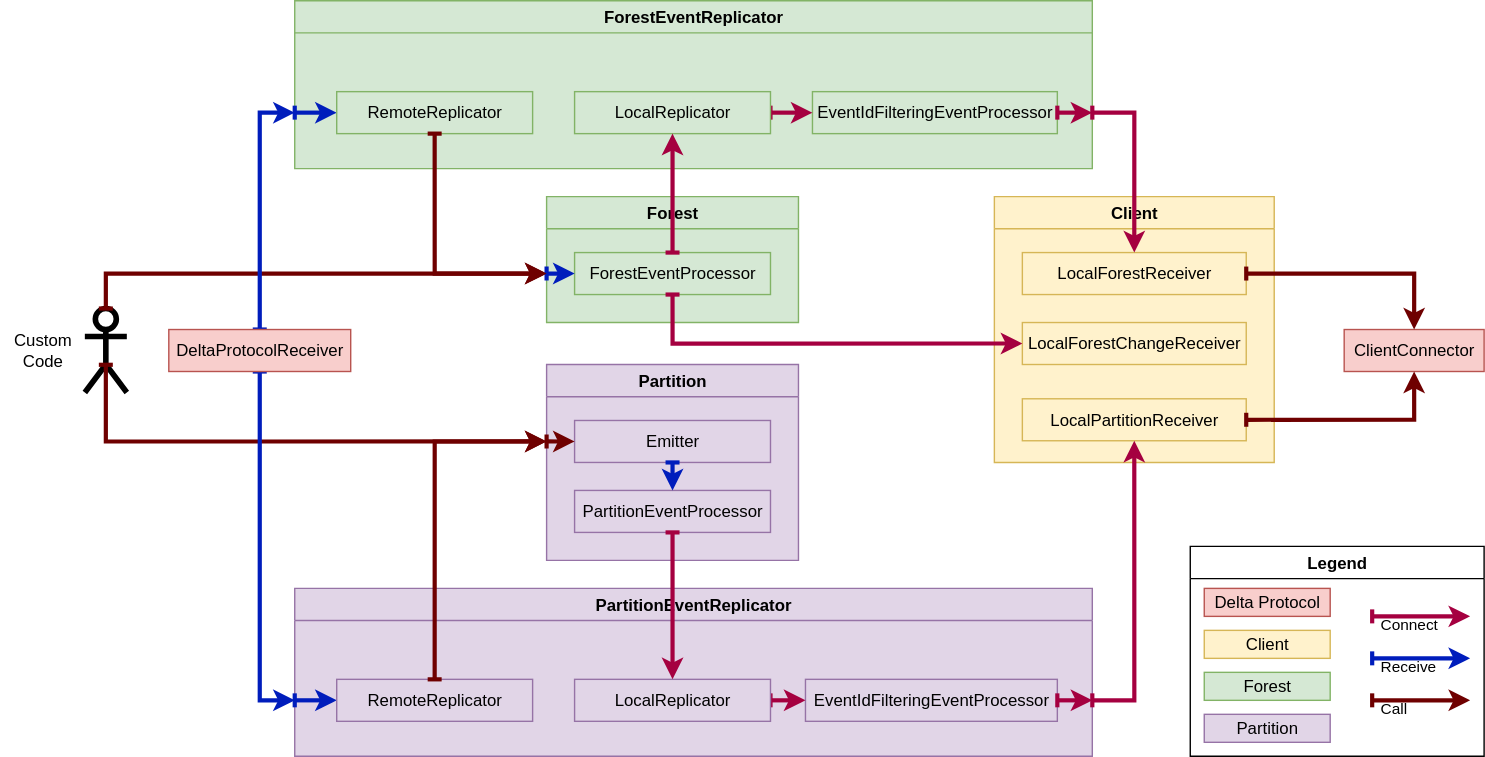
Earlier version of the draw.io export docs/processors-noSteps.drawio.svg (LionWeb-io/lionweb-csharp). Source tidied: cells renumbered, new cells last; positions are measured from the earlier drawing's top-left corner, leaving out a move shared by most shapes.
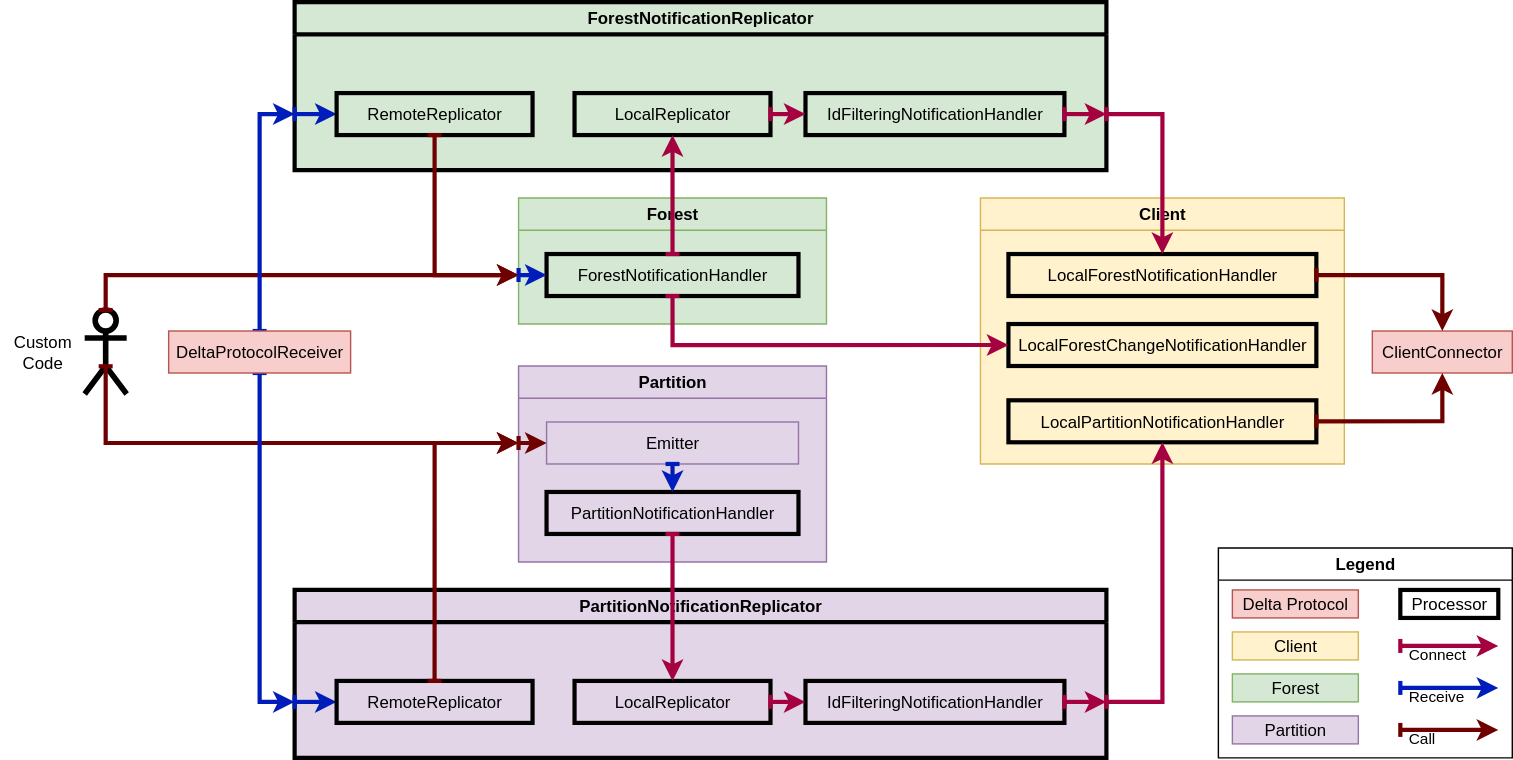
The same file after the commit.

What changed in the source:
```diff
@@ -28,11 +28,11 @@
     <mxCell id="7" value="&lt;div&gt;DeltaProtocolReceiver&lt;/div&gt;" style="rounded=0;whiteSpace=wrap;html=1;fillColor=#f8cecc;strokeColor=#b85450;" parent="1" vertex="1">
       <mxGeometry x="120" y="235" width="130" height="30" as="geometry" />
     </mxCell>
-    <mxCell id="8" value="ForestEventReplicator" style="swimlane;whiteSpace=wrap;html=1;points=[[0,0,0,0,0],[0,0.25,0,0,0],[0,0.5,0,0,0],[0,1,0,0,-40],[0,1,0,0,0],[0.25,0,0,0,0],[0.25,1,0,0,0],[0.5,0,0,0,0],[0.5,1,0,0,0],[0.75,0,0,0,0],[0.75,1,0,0,0],[1,0,0,0,0],[1,0.25,0,0,0],[1,0.5,0,0,0],[1,1,0,0,-40],[1,1,0,0,0]];fillColor=#d5e8d4;strokeColor=#82b366;swimlaneFillColor=#D5E8D4;" parent="1" vertex="1">
-      <mxGeometry x="210" width="570" height="120" as="geometry" />
+    <mxCell id="8" value="ForestNotificationReplicator" style="swimlane;whiteSpace=wrap;html=1;points=[[0,0,0,0,0],[0,0.25,0,0,0],[0,0.5,0,0,0],[0,1,0,0,-40],[0,1,0,0,0],[0.25,0,0,0,0],[0.25,1,0,0,0],[0.5,0,0,0,0],[0.5,1,0,0,0],[0.75,0,0,0,0],[0.75,1,0,0,0],[1,0,0,0,0],[1,0.25,0,0,0],[1,0.5,0,0,0],[1,1,0,0,-40],[1,1,0,0,0]];fillColor=#d5e8d4;strokeColor=#000000;swimlaneFillColor=#D5E8D4;strokeWidth=3;" parent="1" vertex="1">
+      <mxGeometry x="210" width="580" height="120" as="geometry" />
     </mxCell>
-    <mxCell id="9" value="EventIdFilteringEventProcessor" style="rounded=0;whiteSpace=wrap;html=1;fillColor=#d5e8d4;strokeColor=#82b366;" parent="8" vertex="1">
-      <mxGeometry x="370" y="65" width="175" height="30" as="geometry" />
+    <mxCell id="9" value="IdFilteringNotificationHandler" style="rounded=0;whiteSpace=wrap;html=1;fillColor=#d5e8d4;strokeColor=#000000;strokeWidth=3;" parent="8" vertex="1">
+      <mxGeometry x="365" y="65" width="185" height="30" as="geometry" />
     </mxCell>
     <mxCell id="10" style="edgeStyle=orthogonalEdgeStyle;rounded=0;jettySize=auto;html=1;exitX=0;exitY=1;exitDx=0;exitDy=-40;entryX=0;entryY=0.5;entryDx=0;entryDy=0;fillColor=#0050ef;strokeColor=#001DBC;entryPerimeter=0;exitPerimeter=0;strokeWidth=3;startArrow=baseDash;startFill=0;" parent="8" edge="1" source="8" target="14">
       <mxGeometry relative="1" as="geometry" />
@@ -40,20 +40,20 @@
     <mxCell id="11" style="rounded=0;jettySize=auto;html=1;fillColor=#d80073;strokeColor=#A50040;exitX=1;exitY=0.5;exitDx=0;exitDy=0;strokeWidth=3;startArrow=baseDash;startFill=0;entryX=1;entryY=1;entryDx=0;entryDy=-40;entryPerimeter=0;" parent="8" edge="1" source="9" target="8">
       <mxGeometry relative="1" as="geometry" />
     </mxCell>
-    <mxCell id="12" style="rounded=0;jettySize=auto;html=1;fillColor=#d80073;strokeColor=#A50040;entryX=0;entryY=0.5;entryDx=0;entryDy=0;strokeWidth=3;startArrow=baseDash;startFill=0;exitX=1;exitY=0.5;exitDx=0;exitDy=0;exitPerimeter=0;" parent="8" edge="1" source="13" target="9">
-      <mxGeometry relative="1" as="geometry" />
-    </mxCell>
-    <mxCell id="13" value="LocalReplicator" style="rounded=0;whiteSpace=wrap;html=1;points=[[0,0,0,0,0],[0,0.25,0,0,0],[0,0.5,0,0,0],[0,0.75,0,0,0],[0,1,0,0,0],[0.25,0,0,0,0],[0.25,1,0,0,0],[0.5,0,0,0,0],[0.5,1,0,0,0],[0.75,0,0,0,0],[1,0,0,0,0],[1,0.25,0,0,0],[1,0.5,0,0,0],[1,0.75,0,0,0],[1,1,0,-30,0],[1,1,0,0,0]];fillColor=#d5e8d4;strokeColor=#82b366;" parent="8" vertex="1">
+    <mxCell id="13" value="LocalReplicator" style="rounded=0;whiteSpace=wrap;html=1;points=[[0,0,0,0,0],[0,0.25,0,0,0],[0,0.5,0,0,0],[0,0.75,0,0,0],[0,1,0,0,0],[0.25,0,0,0,0],[0.25,1,0,0,0],[0.5,0,0,0,0],[0.5,1,0,0,0],[0.75,0,0,0,0],[1,0,0,0,0],[1,0.25,0,0,0],[1,0.5,0,0,0],[1,0.75,0,0,0],[1,1,0,-30,0],[1,1,0,0,0]];fillColor=#d5e8d4;strokeColor=#000000;strokeWidth=3;" parent="8" vertex="1">
       <mxGeometry x="200" y="65" width="140" height="30" as="geometry" />
     </mxCell>
-    <mxCell id="14" value="RemoteReplicator" style="rounded=0;whiteSpace=wrap;html=1;points=[[0,0,0,0,0],[0,0.25,0,0,0],[0,0.5,0,0,0],[0,0.75,0,0,0],[0,1,0,0,0],[0.25,0,0,0,0],[0.25,1,0,0,0],[0.5,0,0,0,0],[0.5,1,0,0,0],[0.75,0,0,0,0],[1,0,0,0,0],[1,0.25,0,0,0],[1,0.5,0,0,0],[1,0.75,0,0,0],[1,1,0,-30,0],[1,1,0,0,0]];fillColor=#d5e8d4;strokeColor=#82b366;" parent="8" vertex="1">
+    <mxCell id="14" value="RemoteReplicator" style="rounded=0;whiteSpace=wrap;html=1;points=[[0,0,0,0,0],[0,0.25,0,0,0],[0,0.5,0,0,0],[0,0.75,0,0,0],[0,1,0,0,0],[0.25,0,0,0,0],[0.25,1,0,0,0],[0.5,0,0,0,0],[0.5,1,0,0,0],[0.75,0,0,0,0],[1,0,0,0,0],[1,0.25,0,0,0],[1,0.5,0,0,0],[1,0.75,0,0,0],[1,1,0,-30,0],[1,1,0,0,0]];fillColor=#d5e8d4;strokeColor=#000000;strokeWidth=3;" parent="8" vertex="1">
       <mxGeometry x="30" y="65" width="140" height="30" as="geometry" />
     </mxCell>
+    <mxCell id="12" style="rounded=0;jettySize=auto;html=1;fillColor=#d80073;strokeColor=#A50040;entryX=0;entryY=0.5;entryDx=0;entryDy=0;strokeWidth=3;startArrow=baseDash;startFill=0;exitX=1;exitY=0.5;exitDx=0;exitDy=0;exitPerimeter=0;" parent="8" edge="1" source="13" target="9">
+      <mxGeometry relative="1" as="geometry" />
+    </mxCell>
     <mxCell id="15" value="Forest" style="swimlane;whiteSpace=wrap;html=1;points=[[0,0,0,0,0],[0,0.25,0,0,0],[0,0.5,0,0,0],[0,1,0,0,-35],[0,1,0,0,0],[0.25,0,0,0,0],[0.25,1,0,0,0],[0.5,0,0,0,0],[0.5,1,0,0,0],[0.75,0,0,0,0],[0.75,1,0,0,0],[1,0,0,0,0],[1,0.25,0,0,0],[1,0.5,0,0,0],[1,0.75,0,0,0],[1,1,0,0,0]];fillColor=#d5e8d4;strokeColor=#82b366;swimlaneFillColor=#D5E8D4;" parent="1" vertex="1">
-      <mxGeometry x="390" y="140" width="180" height="90" as="geometry" />
+      <mxGeometry x="370" y="140" width="220" height="90" as="geometry" />
     </mxCell>
-    <mxCell id="16" value="ForestEventProcessor" style="rounded=0;whiteSpace=wrap;html=1;points=[[0,0,0,0,0],[0,0,0,10,0],[0,0.25,0,0,0],[0,0.5,0,0,0],[0,0.75,0,0,0],[0,1,0,0,0],[0,1,0,10,0],[0.5,0,0,0,0],[0.5,1,0,0,0],[0.75,0,0,0,0],[0.75,1,0,0,0],[1,0,0,0,0],[1,0.25,0,0,0],[1,0.5,0,0,0],[1,0.75,0,0,0],[1,1,0,0,0]];fillColor=#d5e8d4;strokeColor=#82b366;" parent="15" vertex="1">
-      <mxGeometry x="20" y="40" width="140" height="30" as="geometry" />
+    <mxCell id="16" value="ForestNotificationHandler" style="rounded=0;whiteSpace=wrap;html=1;points=[[0,0,0,0,0],[0,0,0,10,0],[0,0.25,0,0,0],[0,0.5,0,0,0],[0,0.75,0,0,0],[0,1,0,0,0],[0,1,0,10,0],[0.5,0,0,0,0],[0.5,1,0,0,0],[0.75,0,0,0,0],[0.75,1,0,0,0],[1,0,0,0,0],[1,0.25,0,0,0],[1,0.5,0,0,0],[1,0.75,0,0,0],[1,1,0,0,0]];fillColor=#d5e8d4;strokeColor=#000000;strokeWidth=3;" parent="15" vertex="1">
+      <mxGeometry x="20" y="40" width="180" height="30" as="geometry" />
     </mxCell>
     <mxCell id="17" style="edgeStyle=orthogonalEdgeStyle;rounded=0;jettySize=auto;html=1;exitX=0;exitY=1;exitDx=0;exitDy=-35;fillColor=#0050ef;strokeColor=#001DBC;entryX=0;entryY=0.5;entryDx=0;entryDy=0;exitPerimeter=0;strokeWidth=3;startArrow=baseDash;startFill=0;" parent="15" edge="1" source="15" target="16">
       <mxGeometry relative="1" as="geometry">
@@ -63,11 +63,11 @@
         </Array>
       </mxGeometry>
     </mxCell>
-    <mxCell id="18" value="PartitionEventReplicator" style="swimlane;whiteSpace=wrap;html=1;points=[[0,0,0,0,0],[0,0.25,0,0,0],[0,0.5,0,0,0],[0,1,0,0,-40],[0,1,0,0,0],[0.25,0,0,0,0],[0.25,1,0,0,0],[0.5,0,0,0,0],[0.5,1,0,0,0],[0.75,0,0,0,0],[0.75,1,0,0,0],[1,0,0,0,0],[1,0.25,0,0,0],[1,0.5,0,0,0],[1,1,0,0,-40],[1,1,0,0,0]];fillColor=#e1d5e7;strokeColor=#9673a6;swimlaneFillColor=#E1D5E7;" parent="1" vertex="1">
-      <mxGeometry x="210" y="420" width="570" height="120" as="geometry" />
+    <mxCell id="18" value="PartitionNotificationReplicator" style="swimlane;whiteSpace=wrap;html=1;points=[[0,0,0,0,0],[0,0.25,0,0,0],[0,0.5,0,0,0],[0,1,0,0,-40],[0,1,0,0,0],[0.25,0,0,0,0],[0.25,1,0,0,0],[0.5,0,0,0,0],[0.5,1,0,0,0],[0.75,0,0,0,0],[0.75,1,0,0,0],[1,0,0,0,0],[1,0.25,0,0,0],[1,0.5,0,0,0],[1,1,0,0,-40],[1,1,0,0,0]];fillColor=#e1d5e7;strokeColor=#000000;swimlaneFillColor=#E1D5E7;strokeWidth=3;" parent="1" vertex="1">
+      <mxGeometry x="210" y="420" width="580" height="120" as="geometry" />
     </mxCell>
-    <mxCell id="19" value="EventIdFilteringEventProcessor" style="rounded=0;whiteSpace=wrap;html=1;fillColor=#e1d5e7;strokeColor=#9673a6;" parent="18" vertex="1">
-      <mxGeometry x="365" y="65" width="180" height="30" as="geometry" />
+    <mxCell id="19" value="IdFilteringNotificationHandler" style="rounded=0;whiteSpace=wrap;html=1;fillColor=#e1d5e7;strokeColor=#000000;strokeWidth=3;" parent="18" vertex="1">
+      <mxGeometry x="365" y="65" width="185" height="30" as="geometry" />
     </mxCell>
     <mxCell id="20" style="edgeStyle=orthogonalEdgeStyle;rounded=0;jettySize=auto;html=1;exitX=0;exitY=1;exitDx=0;exitDy=-40;entryX=0;entryY=0.5;entryDx=0;entryDy=0;fillColor=#0050ef;strokeColor=#001DBC;exitPerimeter=0;entryPerimeter=0;strokeWidth=3;startArrow=baseDash;startFill=0;" parent="18" edge="1" source="18" target="24">
       <mxGeometry relative="1" as="geometry" />
@@ -75,23 +75,23 @@
     <mxCell id="21" style="rounded=0;jettySize=auto;html=1;fillColor=#d80073;strokeColor=#A50040;exitX=1;exitY=0.5;exitDx=0;exitDy=0;strokeWidth=3;startArrow=baseDash;startFill=0;entryX=1;entryY=1;entryDx=0;entryDy=-40;entryPerimeter=0;" parent="18" edge="1" source="19" target="18">
       <mxGeometry relative="1" as="geometry" />
     </mxCell>
-    <mxCell id="22" style="rounded=0;jettySize=auto;html=1;fillColor=#d80073;strokeColor=#A50040;exitX=1;exitY=0.5;exitDx=0;exitDy=0;strokeWidth=3;startArrow=baseDash;startFill=0;exitPerimeter=0;entryX=0;entryY=0.5;entryDx=0;entryDy=0;" parent="18" edge="1" source="23" target="19">
-      <mxGeometry relative="1" as="geometry" />
-    </mxCell>
-    <mxCell id="23" value="LocalReplicator" style="rounded=0;whiteSpace=wrap;html=1;points=[[0,0,0,0,0],[0,0.25,0,0,0],[0,0.5,0,0,0],[0,0.75,0,0,0],[0,1,0,0,0],[0.25,0,0,0,0],[0.25,1,0,0,0],[0.5,0,0,0,0],[0.5,1,0,0,0],[0.75,1,0,0,0],[1,0,0,-30,0],[1,0,0,0,0],[1,0.25,0,0,0],[1,0.5,0,0,0],[1,0.75,0,0,0],[1,1,0,0,0]];fillColor=#e1d5e7;strokeColor=#9673a6;" parent="18" vertex="1">
+    <mxCell id="23" value="LocalReplicator" style="rounded=0;whiteSpace=wrap;html=1;points=[[0,0,0,0,0],[0,0.25,0,0,0],[0,0.5,0,0,0],[0,0.75,0,0,0],[0,1,0,0,0],[0.25,0,0,0,0],[0.25,1,0,0,0],[0.5,0,0,0,0],[0.5,1,0,0,0],[0.75,1,0,0,0],[1,0,0,-30,0],[1,0,0,0,0],[1,0.25,0,0,0],[1,0.5,0,0,0],[1,0.75,0,0,0],[1,1,0,0,0]];fillColor=#e1d5e7;strokeColor=#000000;strokeWidth=3;" parent="18" vertex="1">
       <mxGeometry x="200" y="65" width="140" height="30" as="geometry" />
     </mxCell>
-    <mxCell id="24" value="RemoteReplicator" style="rounded=0;whiteSpace=wrap;html=1;points=[[0,0,0,0,0],[0,0.25,0,0,0],[0,0.5,0,0,0],[0,0.75,0,0,0],[0,1,0,0,0],[0.25,0,0,0,0],[0.25,1,0,0,0],[0.5,0,0,0,0],[0.5,1,0,0,0],[0.75,1,0,0,0],[1,0,0,-30,0],[1,0,0,0,0],[1,0.25,0,0,0],[1,0.5,0,0,0],[1,0.75,0,0,0],[1,1,0,0,0]];fillColor=#e1d5e7;strokeColor=#9673a6;" parent="18" vertex="1">
+    <mxCell id="24" value="RemoteReplicator" style="rounded=0;whiteSpace=wrap;html=1;points=[[0,0,0,0,0],[0,0.25,0,0,0],[0,0.5,0,0,0],[0,0.75,0,0,0],[0,1,0,0,0],[0.25,0,0,0,0],[0.25,1,0,0,0],[0.5,0,0,0,0],[0.5,1,0,0,0],[0.75,1,0,0,0],[1,0,0,-30,0],[1,0,0,0,0],[1,0.25,0,0,0],[1,0.5,0,0,0],[1,0.75,0,0,0],[1,1,0,0,0]];fillColor=#e1d5e7;strokeColor=#000000;strokeWidth=3;" parent="18" vertex="1">
       <mxGeometry x="30" y="65" width="140" height="30" as="geometry" />
     </mxCell>
+    <mxCell id="22" style="rounded=0;jettySize=auto;html=1;fillColor=#d80073;strokeColor=#A50040;exitX=1;exitY=0.5;exitDx=0;exitDy=0;strokeWidth=3;startArrow=baseDash;startFill=0;exitPerimeter=0;entryX=0;entryY=0.5;entryDx=0;entryDy=0;" parent="18" edge="1" source="23" target="19">
+      <mxGeometry relative="1" as="geometry" />
+    </mxCell>
     <mxCell id="25" value="Partition" style="swimlane;whiteSpace=wrap;html=1;points=[[0,0,0,0,0],[0,0,0,0,55],[0,0.5,0,0,0],[0,0.75,0,0,0],[0,1,0,0,0],[0.25,0,0,0,0],[0.25,1,0,0,0],[0.5,0,0,0,0],[0.5,1,0,0,0],[0.75,0,0,0,0],[0.75,1,0,0,0],[1,0,0,0,0],[1,0.25,0,0,0],[1,0.5,0,0,0],[1,0.75,0,0,0],[1,1,0,0,0]];fillColor=#e1d5e7;strokeColor=#9673a6;swimlaneFillColor=#E1D5E7;" parent="1" vertex="1">
-      <mxGeometry x="390" y="260" width="180" height="140" as="geometry" />
+      <mxGeometry x="370" y="260" width="220" height="140" as="geometry" />
     </mxCell>
     <mxCell id="26" value="Emitter" style="rounded=0;whiteSpace=wrap;html=1;fillColor=#e1d5e7;strokeColor=#9673a6;" parent="25" vertex="1">
-      <mxGeometry x="20" y="40" width="140" height="30" as="geometry" />
+      <mxGeometry x="20" y="40" width="180" height="30" as="geometry" />
     </mxCell>
-    <mxCell id="27" value="PartitionEventProcessor" style="rounded=0;whiteSpace=wrap;html=1;points=[[0,0,0,0,0],[0,0.25,0,0,0],[0,0.5,0,0,0],[0,0.75,0,0,0],[0,1,0,0,0],[0,1,0,10,0],[0.25,0,0,0,0],[0.5,0,0,0,0],[0.5,1,0,0,0],[0.75,0,0,0,0],[0.75,1,0,0,0],[1,0,0,0,0],[1,0.25,0,0,0],[1,0.5,0,0,0],[1,0.75,0,0,0],[1,1,0,0,0]];fillColor=#e1d5e7;strokeColor=#9673a6;" parent="25" vertex="1">
-      <mxGeometry x="20" y="90" width="140" height="30" as="geometry" />
+    <mxCell id="27" value="PartitionNotificationHandler" style="rounded=0;whiteSpace=wrap;html=1;points=[[0,0,0,0,0],[0,0.25,0,0,0],[0,0.5,0,0,0],[0,0.75,0,0,0],[0,1,0,0,0],[0,1,0,10,0],[0.25,0,0,0,0],[0.5,0,0,0,0],[0.5,1,0,0,0],[0.75,0,0,0,0],[0.75,1,0,0,0],[1,0,0,0,0],[1,0.25,0,0,0],[1,0.5,0,0,0],[1,0.75,0,0,0],[1,1,0,0,0]];fillColor=#e1d5e7;strokeColor=#000000;strokeWidth=3;" parent="25" vertex="1">
+      <mxGeometry x="20" y="90" width="180" height="30" as="geometry" />
     </mxCell>
     <mxCell id="28" style="edgeStyle=orthogonalEdgeStyle;rounded=0;jettySize=auto;html=1;entryX=0.5;entryY=0;entryDx=0;entryDy=0;fillColor=#0050ef;strokeColor=#001DBC;exitX=0.5;exitY=1;exitDx=0;exitDy=0;strokeWidth=3;startArrow=baseDash;startFill=0;" parent="25" edge="1" source="26" target="27">
       <mxGeometry relative="1" as="geometry" />
@@ -121,28 +121,28 @@
       <mxGeometry relative="1" as="geometry" />
     </mxCell>
     <mxCell id="34" value="Client" style="swimlane;whiteSpace=wrap;html=1;fillColor=#fff2cc;strokeColor=#d6b656;swimlaneFillColor=#FFF2CC;" parent="1" vertex="1">
-      <mxGeometry x="710" y="140" width="200" height="190" as="geometry" />
+      <mxGeometry x="700" y="140" width="260" height="190" as="geometry" />
     </mxCell>
-    <mxCell id="35" value="LocalForestReceiver" style="rounded=0;whiteSpace=wrap;html=1;fillColor=#fff2cc;strokeColor=#d6b656;" parent="34" vertex="1">
-      <mxGeometry x="20" y="40" width="160" height="30" as="geometry" />
+    <mxCell id="35" value="LocalForestNotificationHandler" style="rounded=0;whiteSpace=wrap;html=1;fillColor=#fff2cc;strokeColor=#000000;strokeWidth=3;" parent="34" vertex="1">
+      <mxGeometry x="20" y="40" width="220" height="30" as="geometry" />
     </mxCell>
-    <mxCell id="36" value="&lt;div&gt;LocalForestChangeReceiver&lt;/div&gt;" style="rounded=0;whiteSpace=wrap;html=1;fillColor=#fff2cc;strokeColor=#d6b656;" parent="34" vertex="1">
-      <mxGeometry x="20" y="90" width="160" height="30" as="geometry" />
+    <mxCell id="36" value="&lt;div&gt;LocalForestChangeNotificationHandler&lt;/div&gt;" style="rounded=0;whiteSpace=wrap;html=1;fillColor=#fff2cc;strokeColor=#000000;strokeWidth=3;" parent="34" vertex="1">
+      <mxGeometry x="20" y="90" width="220" height="30" as="geometry" />
     </mxCell>
-    <mxCell id="37" value="LocalPartitionReceiver" style="rounded=0;whiteSpace=wrap;html=1;fillColor=#fff2cc;strokeColor=#d6b656;" parent="34" vertex="1">
-      <mxGeometry x="20" y="144.5" width="160" height="30" as="geometry" />
+    <mxCell id="37" value="LocalPartitionNotificationHandler" style="rounded=0;whiteSpace=wrap;html=1;fillColor=#fff2cc;strokeColor=#000000;strokeWidth=3;" parent="34" vertex="1">
+      <mxGeometry x="20" y="144.5" width="220" height="30" as="geometry" />
     </mxCell>
     <mxCell id="38" style="edgeStyle=orthogonalEdgeStyle;rounded=0;jettySize=auto;html=1;fillColor=#d80073;strokeColor=#A50040;exitX=1;exitY=1;exitDx=0;exitDy=-40;entryX=0.5;entryY=0;entryDx=0;entryDy=0;exitPerimeter=0;strokeWidth=3;startArrow=baseDash;startFill=0;" parent="1" edge="1" source="8" target="35">
       <mxGeometry relative="1" as="geometry">
         <Array as="points">
-          <mxPoint x="810" y="80" />
+          <mxPoint x="830" y="80" />
         </Array>
       </mxGeometry>
     </mxCell>
     <mxCell id="39" style="edgeStyle=orthogonalEdgeStyle;rounded=0;jettySize=auto;html=1;fillColor=#d80073;strokeColor=#A50040;exitX=1;exitY=1;exitDx=0;exitDy=-40;entryX=0.5;entryY=1;entryDx=0;entryDy=0;exitPerimeter=0;strokeWidth=3;startArrow=baseDash;startFill=0;" parent="1" edge="1" source="18" target="37">
       <mxGeometry relative="1" as="geometry">
         <Array as="points">
-          <mxPoint x="810" y="500" />
+          <mxPoint x="830" y="500" />
         </Array>
       </mxGeometry>
     </mxCell>
@@ -154,24 +154,24 @@
       </mxGeometry>
     </mxCell>
     <mxCell id="41" value="ClientConnector" style="rounded=0;whiteSpace=wrap;html=1;fillColor=#f8cecc;strokeColor=#b85450;" parent="1" vertex="1">
-      <mxGeometry x="960" y="235" width="100" height="30" as="geometry" />
+      <mxGeometry x="980" y="235" width="100" height="30" as="geometry" />
     </mxCell>
     <mxCell id="42" style="edgeStyle=orthogonalEdgeStyle;rounded=0;jettySize=auto;html=1;exitX=1;exitY=0.5;exitDx=0;exitDy=0;fillColor=#a20025;strokeColor=#6F0000;entryX=0.5;entryY=0;entryDx=0;entryDy=0;strokeWidth=3;startArrow=baseDash;startFill=0;" parent="1" edge="1" source="35" target="41">
       <mxGeometry relative="1" as="geometry">
         <Array as="points">
-          <mxPoint x="1010" y="195" />
+          <mxPoint x="1030" y="195" />
         </Array>
       </mxGeometry>
     </mxCell>
     <mxCell id="43" style="edgeStyle=orthogonalEdgeStyle;rounded=0;jettySize=auto;html=1;exitX=1;exitY=0.5;exitDx=0;exitDy=0;fillColor=#a20025;strokeColor=#6F0000;entryX=0.5;entryY=1;entryDx=0;entryDy=0;strokeWidth=3;startArrow=baseDash;startFill=0;" parent="1" edge="1" source="37" target="41">
       <mxGeometry relative="1" as="geometry">
         <Array as="points">
-          <mxPoint x="1010" y="300" />
+          <mxPoint x="1030" y="299" />
         </Array>
       </mxGeometry>
     </mxCell>
     <mxCell id="44" value="Legend" style="swimlane;whiteSpace=wrap;html=1;" parent="1" vertex="1">
-      <mxGeometry x="850" y="390" width="210" height="150" as="geometry" />
+      <mxGeometry x="870" y="390" width="210" height="150" as="geometry" />
     </mxCell>
     <mxCell id="45" value="Delta Protocol" style="rounded=0;whiteSpace=wrap;html=1;fillColor=#f8cecc;strokeColor=#b85450;" parent="44" vertex="1">
       <mxGeometry x="10" y="30" width="90" height="20" as="geometry" />
@@ -187,22 +187,25 @@
     </mxCell>
     <mxCell id="49" value="Receive" style="rounded=0;orthogonalLoop=1;jettySize=auto;html=1;fillColor=#0050ef;strokeColor=#001DBC;strokeWidth=3;labelBackgroundColor=none;spacingTop=12;align=left;spacingLeft=4;startArrow=baseDash;startFill=0;" parent="44" edge="1">
       <mxGeometry x="-1" relative="1" as="geometry">
-        <mxPoint x="130" y="80" as="sourcePoint" />
-        <mxPoint x="200" y="80" as="targetPoint" />
+        <mxPoint x="130" y="100" as="sourcePoint" />
+        <mxPoint x="200" y="100" as="targetPoint" />
       </mxGeometry>
     </mxCell>
     <mxCell id="50" value="Call" style="rounded=0;orthogonalLoop=1;jettySize=auto;html=1;fillColor=#a20025;strokeColor=#6F0000;strokeWidth=3;labelBackgroundColor=none;spacingTop=12;align=left;spacingLeft=4;startArrow=baseDash;startFill=0;" parent="44" edge="1">
       <mxGeometry x="-1" relative="1" as="geometry">
-        <mxPoint x="130" y="110" as="sourcePoint" />
-        <mxPoint x="200" y="110" as="targetPoint" />
+        <mxPoint x="130" y="130" as="sourcePoint" />
+        <mxPoint x="200" y="130" as="targetPoint" />
       </mxGeometry>
     </mxCell>
     <mxCell id="51" value="Connect" style="rounded=0;orthogonalLoop=1;jettySize=auto;html=1;fillColor=#d80073;strokeColor=#A50040;strokeWidth=3;labelBackgroundColor=none;spacingTop=12;align=left;spacingLeft=4;startArrow=baseDash;startFill=0;" parent="44" edge="1">
       <mxGeometry x="-1" relative="1" as="geometry">
-        <mxPoint x="130" y="50" as="sourcePoint" />
-        <mxPoint x="200" y="50" as="targetPoint" />
+        <mxPoint x="130" y="70" as="sourcePoint" />
+        <mxPoint x="200" y="70" as="targetPoint" />
       </mxGeometry>
     </mxCell>
+    <mxCell id="53" value="Processor" style="rounded=0;whiteSpace=wrap;html=1;strokeWidth=3;" parent="44" vertex="1">
+      <mxGeometry x="130" y="30" width="70" height="20" as="geometry" />
+    </mxCell>
     <mxCell id="52" value="&lt;div&gt;Custom&lt;/div&gt;&lt;div&gt;Code&lt;/div&gt;" style="text;html=1;align=center;verticalAlign=middle;whiteSpace=wrap;rounded=0;" parent="1" vertex="1">
       <mxGeometry y="235" width="60" height="30" as="geometry" />
     </mxCell>
```
